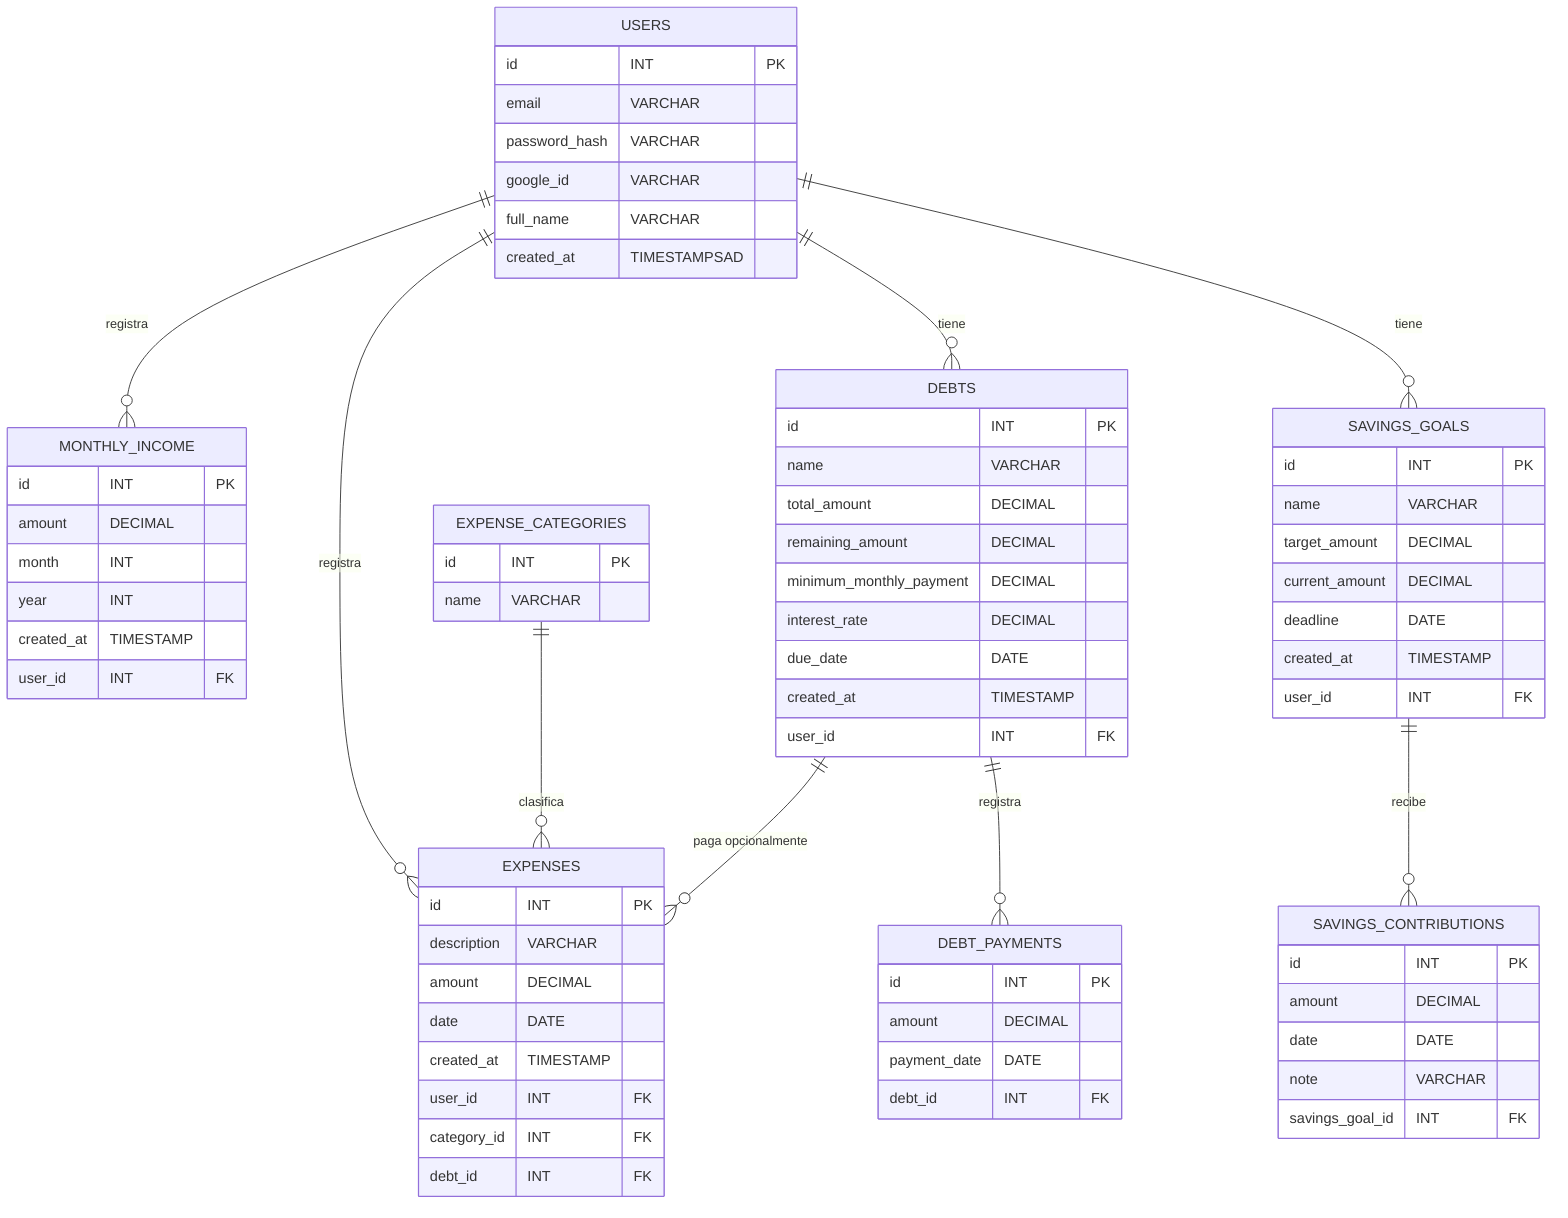
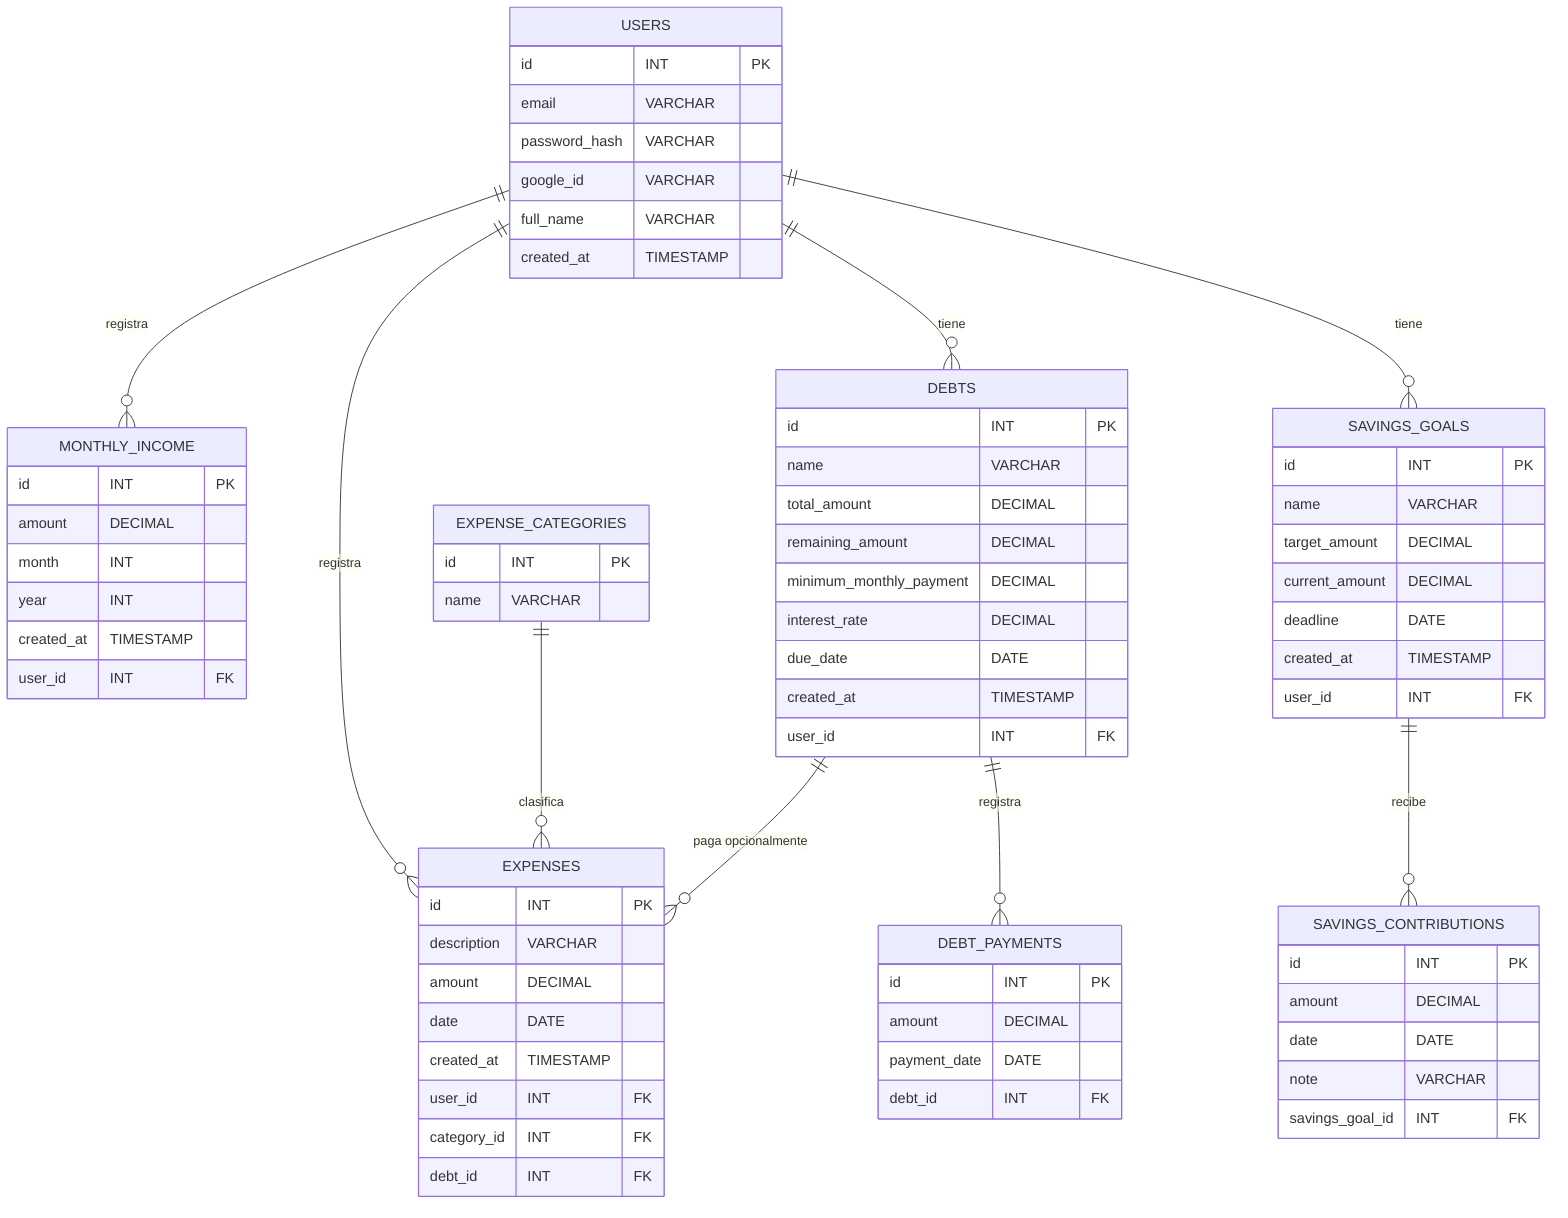
erDiagram
    USERS ||--o{ MONTHLY_INCOME : registra
    USERS ||--o{ EXPENSES : registra
    USERS ||--o{ DEBTS : tiene
    USERS ||--o{ SAVINGS_GOALS : tiene
    EXPENSE_CATEGORIES ||--o{ EXPENSES : clasifica
    DEBTS ||--o{ EXPENSES : "paga opcionalmente"
    DEBTS ||--o{ DEBT_PAYMENTS : registra
    SAVINGS_GOALS ||--o{ SAVINGS_CONTRIBUTIONS : recibe

    USERS {
        id INT PK
        email VARCHAR
        password_hash VARCHAR
        google_id VARCHAR
        full_name VARCHAR
-         created_at TIMESTAMPSAD
+         created_at TIMESTAMP
    }

    MONTHLY_INCOME {
        id INT PK
        amount DECIMAL
        month INT
        year INT
        created_at TIMESTAMP
        user_id INT FK
    }

    EXPENSE_CATEGORIES {
        id INT PK
        name VARCHAR
    }

    EXPENSES {
        id INT PK
        description VARCHAR
        amount DECIMAL
        date DATE
        created_at TIMESTAMP
        user_id INT FK
        category_id INT FK
        debt_id INT FK
    }

    DEBTS {
        id INT PK
        name VARCHAR
        total_amount DECIMAL
        remaining_amount DECIMAL
        minimum_monthly_payment DECIMAL
        interest_rate DECIMAL
        due_date DATE
        created_at TIMESTAMP
        user_id INT FK
    }

    DEBT_PAYMENTS {
        id INT PK
        amount DECIMAL
        payment_date DATE
        debt_id INT FK
    }

    SAVINGS_GOALS {
        id INT PK
        name VARCHAR
        target_amount DECIMAL
        current_amount DECIMAL
        deadline DATE
        created_at TIMESTAMP
        user_id INT FK
    }

    SAVINGS_CONTRIBUTIONS {
        id INT PK
        amount DECIMAL
        date DATE
        note VARCHAR
        savings_goal_id INT FK
    }
+ 
+ 
